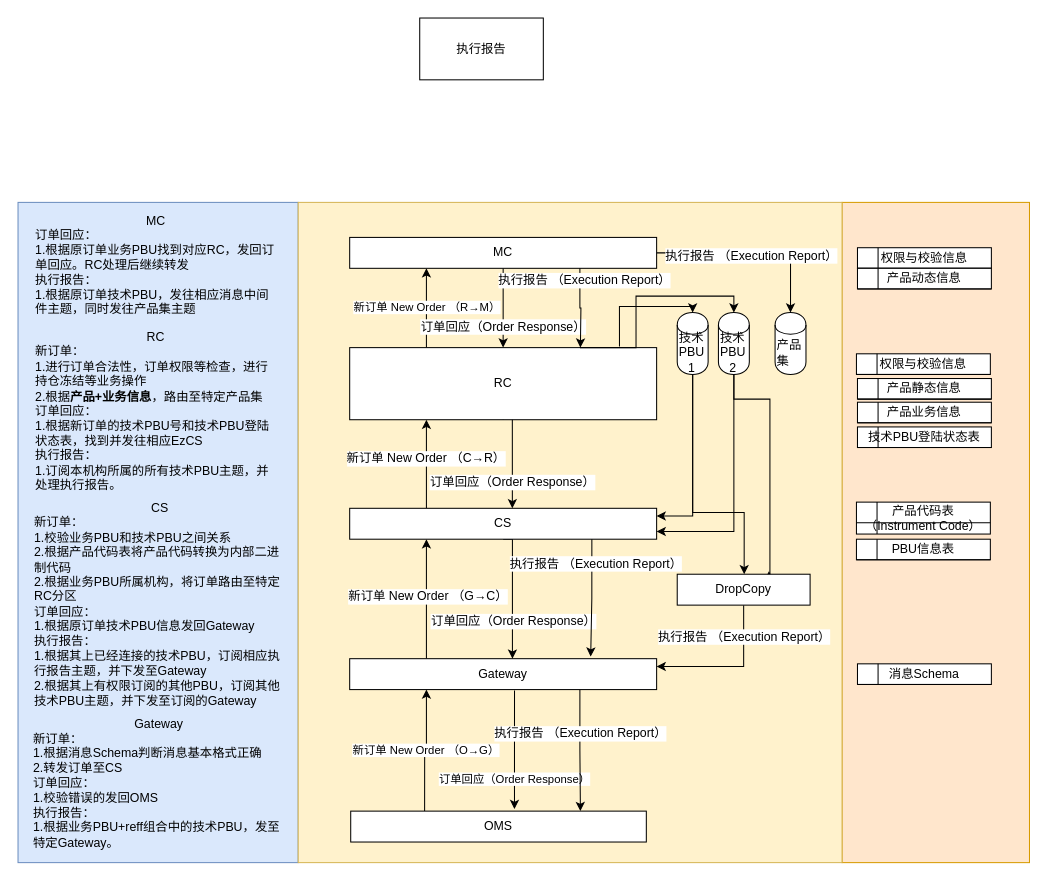
Before: page "新订单" (2 of 6) of 交易系统升级流图 (2).drawio in gotrade/gotrade, a draw.io diagram. Source tidied: cells renumbered, new cells numbered last; positions are measured from the earlier drawing's top-left corner, leaving out a move shared by most shapes. Both pictures are drawn from the tidied source at 103%, with x=0, y=0 at pixel (18, 18).
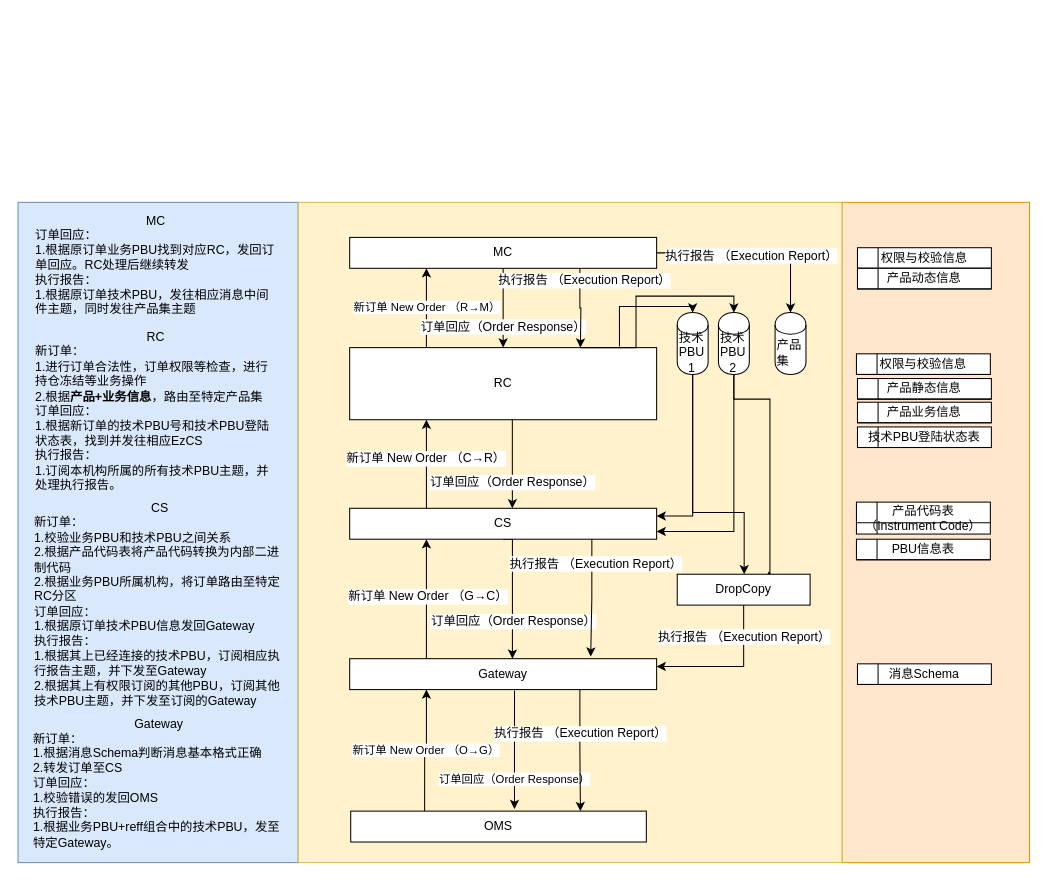
Above is the later version.

What changed in the source:
```diff
@@
-    <mxCell id="56" value="执行报告&lt;br&gt;" style="rounded=0;whiteSpace=wrap;html=1;" parent="1" vertex="1">
-      <mxGeometry x="390" width="120" height="60" as="geometry" />
-    </mxCell>
```
